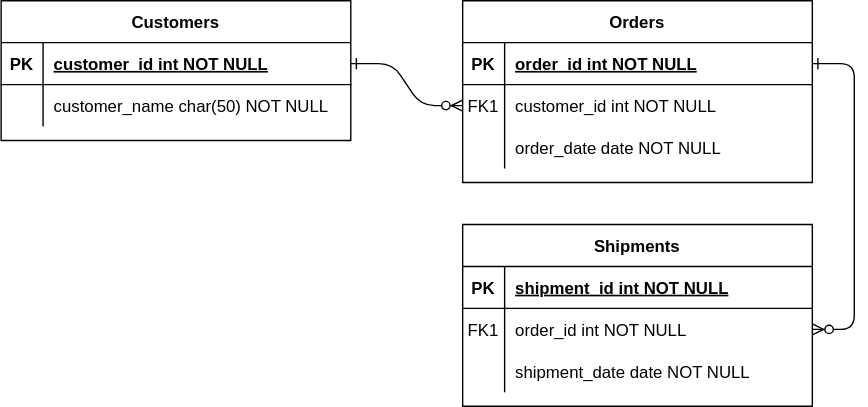
Above: icon/Social-esport.drawio.svg in Kennn-dev/social-esport (draw.io), before the change. Source tidied: cells renumbered, new cells last; positions are measured from the earlier drawing's top-left corner, leaving out a move shared by most shapes. The source it was exported from:
```xml
<mxGraphModel>
  <root>
    <mxCell id="0" />
    <mxCell id="1" parent="0" />
    <mxCell id="2" style="edgeStyle=entityRelationEdgeStyle;endArrow=ERzeroToMany;startArrow=ERone;endFill=1;startFill=0;" parent="1" edge="1" source="25" target="8">
      <mxGeometry relative="1" as="geometry" />
    </mxCell>
    <mxCell id="3" style="edgeStyle=entityRelationEdgeStyle;endArrow=ERzeroToMany;startArrow=ERone;endFill=1;startFill=0;" parent="1" edge="1" source="5" target="18">
      <mxGeometry relative="1" as="geometry" />
    </mxCell>
    <mxCell id="4" value="Orders" style="shape=table;startSize=30;rowLines=0;fontStyle=1;align=center;" parent="1" vertex="1">
      <mxGeometry x="330" width="250" height="130" as="geometry" />
    </mxCell>
    <mxCell id="5" style="shape=partialRectangle;fillColor=none;points=[[0,0.5],[1,0.5]];portConstraint=eastwest;top=0;left=0;right=0;bottom=1;" parent="4" vertex="1">
      <mxGeometry y="30" width="250" height="30" as="geometry" />
    </mxCell>
    <mxCell id="6" value="PK" style="shape=partialRectangle;overflow=hidden;fillColor=none;top=0;left=0;bottom=0;right=0;fontStyle=1;" parent="5" vertex="1">
      <mxGeometry width="30" height="30" as="geometry" />
    </mxCell>
    <mxCell id="7" value="order_id int NOT NULL " style="shape=partialRectangle;overflow=hidden;fillColor=none;top=0;left=0;bottom=0;right=0;align=left;spacingLeft=6;fontStyle=5;" parent="5" vertex="1">
      <mxGeometry x="30" width="220" height="30" as="geometry" />
    </mxCell>
    <mxCell id="8" style="shape=partialRectangle;fillColor=none;points=[[0,0.5],[1,0.5]];portConstraint=eastwest;top=0;left=0;right=0;bottom=0;" parent="4" vertex="1">
      <mxGeometry y="60" width="250" height="30" as="geometry" />
    </mxCell>
    <mxCell id="9" value="FK1" style="shape=partialRectangle;overflow=hidden;fillColor=none;top=0;left=0;bottom=0;right=0;" parent="8" vertex="1">
      <mxGeometry width="30" height="30" as="geometry" />
    </mxCell>
    <mxCell id="10" value="customer_id int NOT NULL" style="shape=partialRectangle;overflow=hidden;fillColor=none;top=0;left=0;bottom=0;right=0;align=left;spacingLeft=6;" parent="8" vertex="1">
      <mxGeometry x="30" width="220" height="30" as="geometry" />
    </mxCell>
    <mxCell id="11" style="shape=partialRectangle;fillColor=none;top=0;left=0;right=0;bottom=0;" parent="4" vertex="1">
      <mxGeometry y="90" width="250" height="30" as="geometry" />
    </mxCell>
    <mxCell id="12" style="shape=partialRectangle;overflow=hidden;fillColor=none;top=0;left=0;bottom=0;right=0;" parent="11" vertex="1">
      <mxGeometry width="30" height="30" as="geometry" />
    </mxCell>
    <mxCell id="13" value="order_date date NOT NULL" style="shape=partialRectangle;overflow=hidden;fillColor=none;top=0;left=0;bottom=0;right=0;align=left;spacingLeft=6;" parent="11" vertex="1">
      <mxGeometry x="30" width="220" height="30" as="geometry" />
    </mxCell>
    <mxCell id="14" value="Shipments" style="shape=table;startSize=30;rowLines=0;fontStyle=1;align=center;" parent="1" vertex="1">
      <mxGeometry x="330" y="160" width="250" height="130" as="geometry" />
    </mxCell>
    <mxCell id="15" style="shape=partialRectangle;fillColor=none;top=0;left=0;right=0;bottom=1;" parent="14" vertex="1">
      <mxGeometry y="30" width="250" height="30" as="geometry" />
    </mxCell>
    <mxCell id="16" value="PK" style="shape=partialRectangle;overflow=hidden;fillColor=none;top=0;left=0;bottom=0;right=0;fontStyle=1;" parent="15" vertex="1">
      <mxGeometry width="30" height="30" as="geometry" />
    </mxCell>
    <mxCell id="17" value="shipment_id int NOT NULL " style="shape=partialRectangle;overflow=hidden;fillColor=none;top=0;left=0;bottom=0;right=0;align=left;spacingLeft=6;fontStyle=5;" parent="15" vertex="1">
      <mxGeometry x="30" width="220" height="30" as="geometry" />
    </mxCell>
    <mxCell id="18" style="shape=partialRectangle;fillColor=none;points=[[0,0.5],[1,0.5]];portConstraint=eastwest;top=0;left=0;right=0;bottom=0;" parent="14" vertex="1">
      <mxGeometry y="60" width="250" height="30" as="geometry" />
    </mxCell>
    <mxCell id="19" value="FK1" style="shape=partialRectangle;overflow=hidden;fillColor=none;top=0;left=0;bottom=0;right=0;" parent="18" vertex="1">
      <mxGeometry width="30" height="30" as="geometry" />
    </mxCell>
    <mxCell id="20" value="order_id int NOT NULL" style="shape=partialRectangle;overflow=hidden;fillColor=none;top=0;left=0;bottom=0;right=0;align=left;spacingLeft=6;" parent="18" vertex="1">
      <mxGeometry x="30" width="220" height="30" as="geometry" />
    </mxCell>
    <mxCell id="21" style="shape=partialRectangle;fillColor=none;top=0;left=0;right=0;bottom=0;" parent="14" vertex="1">
      <mxGeometry y="90" width="250" height="30" as="geometry" />
    </mxCell>
    <mxCell id="22" style="shape=partialRectangle;overflow=hidden;fillColor=none;top=0;left=0;bottom=0;right=0;" parent="21" vertex="1">
      <mxGeometry width="30" height="30" as="geometry" />
    </mxCell>
    <mxCell id="23" value="shipment_date date NOT NULL" style="shape=partialRectangle;overflow=hidden;fillColor=none;top=0;left=0;bottom=0;right=0;align=left;spacingLeft=6;" parent="21" vertex="1">
      <mxGeometry x="30" width="220" height="30" as="geometry" />
    </mxCell>
    <mxCell id="24" value="Customers" style="shape=table;startSize=30;rowLines=0;fontStyle=1;align=center;" parent="1" vertex="1">
      <mxGeometry width="250" height="100" as="geometry" />
    </mxCell>
    <mxCell id="25" style="shape=partialRectangle;fillColor=none;points=[[0,0.5],[1,0.5]];portConstraint=eastwest;top=0;left=0;right=0;bottom=1;" parent="24" vertex="1">
      <mxGeometry y="30" width="250" height="30" as="geometry" />
    </mxCell>
    <mxCell id="26" value="PK" style="shape=partialRectangle;overflow=hidden;fillColor=none;top=0;left=0;bottom=0;right=0;fontStyle=1;" parent="25" vertex="1">
      <mxGeometry width="30" height="30" as="geometry" />
    </mxCell>
    <mxCell id="27" value="customer_id int NOT NULL " style="shape=partialRectangle;overflow=hidden;fillColor=none;top=0;left=0;bottom=0;right=0;align=left;spacingLeft=6;fontStyle=5;" parent="25" vertex="1">
      <mxGeometry x="30" width="220" height="30" as="geometry" />
    </mxCell>
    <mxCell id="28" style="shape=partialRectangle;fillColor=none;top=0;left=0;right=0;bottom=0;" parent="24" vertex="1">
      <mxGeometry y="60" width="250" height="30" as="geometry" />
    </mxCell>
    <mxCell id="29" style="shape=partialRectangle;overflow=hidden;fillColor=none;top=0;left=0;bottom=0;right=0;" parent="28" vertex="1">
      <mxGeometry width="30" height="30" as="geometry" />
    </mxCell>
    <mxCell id="30" value="customer_name char(50) NOT NULL" style="shape=partialRectangle;overflow=hidden;fillColor=none;top=0;left=0;bottom=0;right=0;align=left;spacingLeft=6;" parent="28" vertex="1">
      <mxGeometry x="30" width="220" height="30" as="geometry" />
    </mxCell>
  </root>
</mxGraphModel>
```
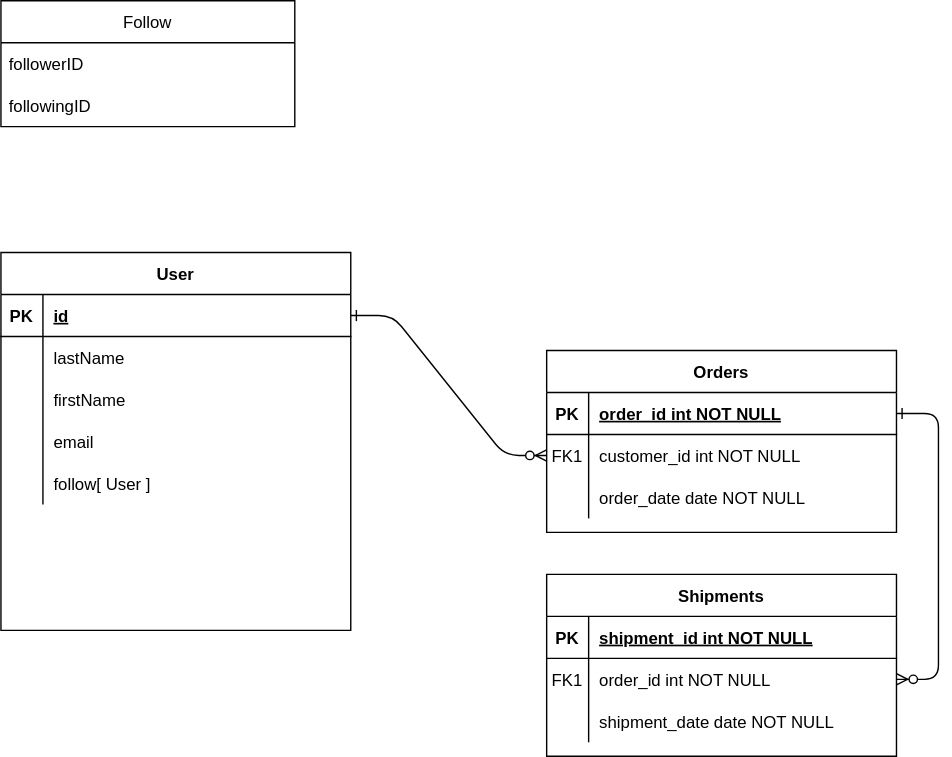
After the change.

Change to the diagram source:
```diff
@@ -68,8 +68,8 @@
     <mxCell id="23" value="shipment_date date NOT NULL" style="shape=partialRectangle;overflow=hidden;fillColor=none;top=0;left=0;bottom=0;right=0;align=left;spacingLeft=6;" parent="21" vertex="1">
       <mxGeometry x="30" width="220" height="30" as="geometry" />
     </mxCell>
-    <mxCell id="24" value="Customers" style="shape=table;startSize=30;rowLines=0;fontStyle=1;align=center;" parent="1" vertex="1">
-      <mxGeometry width="250" height="100" as="geometry" />
+    <mxCell id="24" value="User" style="shape=table;startSize=30;rowLines=0;fontStyle=1;align=center;" parent="1" vertex="1">
+      <mxGeometry x="-60" y="-70" width="250" height="270" as="geometry" />
     </mxCell>
     <mxCell id="25" style="shape=partialRectangle;fillColor=none;points=[[0,0.5],[1,0.5]];portConstraint=eastwest;top=0;left=0;right=0;bottom=1;" parent="24" vertex="1">
       <mxGeometry y="30" width="250" height="30" as="geometry" />
@@ -77,7 +77,7 @@
     <mxCell id="26" value="PK" style="shape=partialRectangle;overflow=hidden;fillColor=none;top=0;left=0;bottom=0;right=0;fontStyle=1;" parent="25" vertex="1">
       <mxGeometry width="30" height="30" as="geometry" />
     </mxCell>
-    <mxCell id="27" value="customer_id int NOT NULL " style="shape=partialRectangle;overflow=hidden;fillColor=none;top=0;left=0;bottom=0;right=0;align=left;spacingLeft=6;fontStyle=5;" parent="25" vertex="1">
+    <mxCell id="27" value="id" style="shape=partialRectangle;overflow=hidden;fillColor=none;top=0;left=0;bottom=0;right=0;align=left;spacingLeft=6;fontStyle=5;" parent="25" vertex="1">
       <mxGeometry x="30" width="220" height="30" as="geometry" />
     </mxCell>
     <mxCell id="28" style="shape=partialRectangle;fillColor=none;top=0;left=0;right=0;bottom=0;" parent="24" vertex="1">
@@ -86,8 +86,44 @@
     <mxCell id="29" style="shape=partialRectangle;overflow=hidden;fillColor=none;top=0;left=0;bottom=0;right=0;" parent="28" vertex="1">
       <mxGeometry width="30" height="30" as="geometry" />
     </mxCell>
-    <mxCell id="30" value="customer_name char(50) NOT NULL" style="shape=partialRectangle;overflow=hidden;fillColor=none;top=0;left=0;bottom=0;right=0;align=left;spacingLeft=6;" parent="28" vertex="1">
+    <mxCell id="30" value="lastName" style="shape=partialRectangle;overflow=hidden;fillColor=none;top=0;left=0;bottom=0;right=0;align=left;spacingLeft=6;" parent="28" vertex="1">
       <mxGeometry x="30" width="220" height="30" as="geometry" />
     </mxCell>
+    <mxCell id="31" style="shape=partialRectangle;fillColor=none;top=0;left=0;right=0;bottom=0;" parent="24" vertex="1">
+      <mxGeometry y="90" width="250" height="30" as="geometry" />
+    </mxCell>
+    <mxCell id="32" style="shape=partialRectangle;overflow=hidden;fillColor=none;top=0;left=0;bottom=0;right=0;" parent="31" vertex="1">
+      <mxGeometry width="30" height="30" as="geometry" />
+    </mxCell>
+    <mxCell id="33" value="firstName" style="shape=partialRectangle;overflow=hidden;fillColor=none;top=0;left=0;bottom=0;right=0;align=left;spacingLeft=6;" parent="31" vertex="1">
+      <mxGeometry x="30" width="220" height="30" as="geometry" />
+    </mxCell>
+    <mxCell id="34" style="shape=partialRectangle;fillColor=none;top=0;left=0;right=0;bottom=0;" parent="24" vertex="1">
+      <mxGeometry y="120" width="250" height="30" as="geometry" />
+    </mxCell>
+    <mxCell id="35" style="shape=partialRectangle;overflow=hidden;fillColor=none;top=0;left=0;bottom=0;right=0;" parent="34" vertex="1">
+      <mxGeometry width="30" height="30" as="geometry" />
+    </mxCell>
+    <mxCell id="36" value="email" style="shape=partialRectangle;overflow=hidden;fillColor=none;top=0;left=0;bottom=0;right=0;align=left;spacingLeft=6;" parent="34" vertex="1">
+      <mxGeometry x="30" width="220" height="30" as="geometry" />
+    </mxCell>
+    <mxCell id="37" style="shape=partialRectangle;fillColor=none;top=0;left=0;right=0;bottom=0;" parent="24" vertex="1">
+      <mxGeometry y="150" width="250" height="30" as="geometry" />
+    </mxCell>
+    <mxCell id="38" style="shape=partialRectangle;overflow=hidden;fillColor=none;top=0;left=0;bottom=0;right=0;" parent="37" vertex="1">
+      <mxGeometry width="30" height="30" as="geometry" />
+    </mxCell>
+    <mxCell id="39" value="follow[ User ]" style="shape=partialRectangle;overflow=hidden;fillColor=none;top=0;left=0;bottom=0;right=0;align=left;spacingLeft=6;" parent="37" vertex="1">
+      <mxGeometry x="30" width="220" height="30" as="geometry" />
+    </mxCell>
+    <mxCell id="40" value="Follow" style="swimlane;fontStyle=0;horizontal=1;startSize=30;" parent="1" vertex="1">
+      <mxGeometry x="-60" y="-250" width="210" height="90" as="geometry" />
+    </mxCell>
+    <mxCell id="41" value="followerID" style="text;strokeColor=none;fillColor=none;align=left;verticalAlign=middle;spacingLeft=4;spacingRight=4;overflow=hidden;" parent="40" vertex="1">
+      <mxGeometry y="30" width="210" height="30" as="geometry" />
+    </mxCell>
+    <mxCell id="42" value="followingID" style="text;strokeColor=none;fillColor=none;align=left;verticalAlign=middle;spacingLeft=4;spacingRight=4;overflow=hidden;" parent="40" vertex="1">
+      <mxGeometry y="60" width="210" height="30" as="geometry" />
+    </mxCell>
   </root>
 </mxGraphModel>
```
